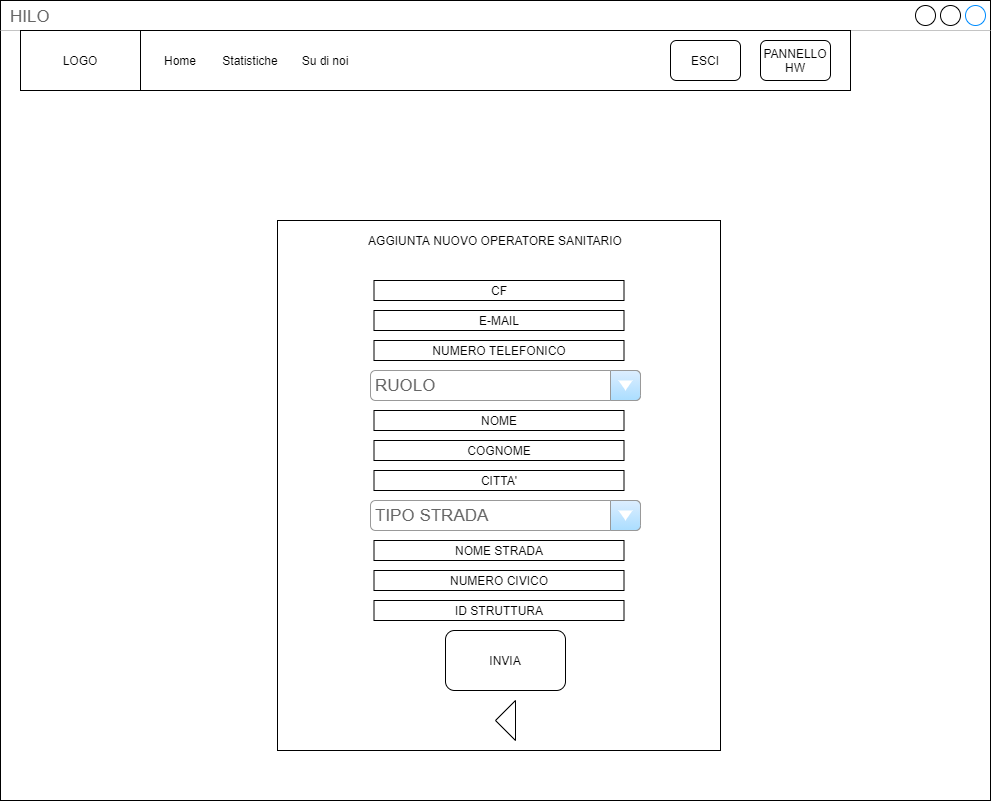
Earlier version of the draw.io export Diagrammi/Mock-ups/Mockup Inserimento Operatore Sanitario.png (lorycris99/Team-HILO). Source tidied: cells renumbered, new cells last; positions are measured from the earlier drawing's top-left corner, leaving out a move shared by most shapes. The source it was exported from:
```xml
<mxGraphModel>
  <root>
    <mxCell id="0" />
    <mxCell id="1" parent="0" />
    <mxCell id="2" value="HILO" style="strokeWidth=1;shadow=0;dashed=0;align=center;html=1;shape=mxgraph.mockup.containers.window;align=left;verticalAlign=top;spacingLeft=8;strokeColor2=#008cff;strokeColor3=#c4c4c4;fontColor=#666666;mainText=;fontSize=17;labelBackgroundColor=none;" parent="1" vertex="1">
      <mxGeometry width="990" height="800" as="geometry" />
    </mxCell>
    <mxCell id="3" style="rounded=0;whiteSpace=wrap;html=1;" parent="1" vertex="1">
      <mxGeometry x="20" y="30" width="830" height="60" as="geometry" />
    </mxCell>
    <mxCell id="4" value="LOGO" style="rounded=0;whiteSpace=wrap;html=1;" parent="1" vertex="1">
      <mxGeometry x="20" y="30" width="120" height="60" as="geometry" />
    </mxCell>
    <mxCell id="5" value="Home" style="text;html=1;strokeColor=none;fillColor=none;align=center;verticalAlign=middle;whiteSpace=wrap;rounded=0;" parent="1" vertex="1">
      <mxGeometry x="160" y="50" width="40" height="20" as="geometry" />
    </mxCell>
    <mxCell id="6" value="Statistiche" style="text;html=1;strokeColor=none;fillColor=none;align=center;verticalAlign=middle;whiteSpace=wrap;rounded=0;" parent="1" vertex="1">
      <mxGeometry x="230" y="50" width="40" height="20" as="geometry" />
    </mxCell>
    <mxCell id="7" value="Su di noi" style="text;html=1;strokeColor=none;fillColor=none;align=center;verticalAlign=middle;whiteSpace=wrap;rounded=0;" parent="1" vertex="1">
      <mxGeometry x="300" y="50" width="50" height="20" as="geometry" />
    </mxCell>
    <mxCell id="8" value="ESCI" style="rounded=1;whiteSpace=wrap;html=1;" parent="1" vertex="1">
      <mxGeometry x="670" y="40" width="70" height="40" as="geometry" />
    </mxCell>
    <mxCell id="9" style="rounded=0;whiteSpace=wrap;html=1;" parent="1" vertex="1">
      <mxGeometry x="277" y="220" width="443" height="530" as="geometry" />
    </mxCell>
    <mxCell id="10" value="PANNELLO HW" style="rounded=1;whiteSpace=wrap;html=1;" parent="1" vertex="1">
      <mxGeometry x="760" y="40" width="70" height="40" as="geometry" />
    </mxCell>
    <mxCell id="11" value="AGGIUNTA NUOVO OPERATORE SANITARIO" style="text;html=1;strokeColor=none;fillColor=none;align=center;verticalAlign=middle;whiteSpace=wrap;rounded=0;" parent="1" vertex="1">
      <mxGeometry x="350" y="230" width="290" height="20" as="geometry" />
    </mxCell>
    <mxCell id="12" value="CF" style="rounded=0;whiteSpace=wrap;html=1;" parent="1" vertex="1">
      <mxGeometry x="373.5" y="280" width="250" height="20" as="geometry" />
    </mxCell>
    <mxCell id="13" value="TIPO STRADA" style="strokeWidth=1;shadow=0;dashed=0;align=center;html=1;shape=mxgraph.mockup.forms.comboBox;strokeColor=#999999;fillColor=#ddeeff;align=left;fillColor2=#aaddff;mainText=;fontColor=#666666;fontSize=17;spacingLeft=3;" parent="1" vertex="1">
      <mxGeometry x="370" y="500" width="270" height="30" as="geometry" />
    </mxCell>
    <mxCell id="14" value="INVIA" style="rounded=1;whiteSpace=wrap;html=1;" parent="1" vertex="1">
      <mxGeometry x="445" y="630" width="120" height="60" as="geometry" />
    </mxCell>
    <mxCell id="15" style="triangle;whiteSpace=wrap;html=1;direction=west;" parent="1" vertex="1">
      <mxGeometry x="495" y="700" width="20" height="40" as="geometry" />
    </mxCell>
    <mxCell id="16" value="E-MAIL" style="rounded=0;whiteSpace=wrap;html=1;" parent="1" vertex="1">
      <mxGeometry x="373.5" y="310" width="250" height="20" as="geometry" />
    </mxCell>
    <mxCell id="17" value="NOME STRADA" style="rounded=0;whiteSpace=wrap;html=1;" parent="1" vertex="1">
      <mxGeometry x="373.5" y="540" width="250" height="20" as="geometry" />
    </mxCell>
    <mxCell id="18" value="RUOLO" style="strokeWidth=1;shadow=0;dashed=0;align=center;html=1;shape=mxgraph.mockup.forms.comboBox;strokeColor=#999999;fillColor=#ddeeff;align=left;fillColor2=#aaddff;mainText=;fontColor=#666666;fontSize=17;spacingLeft=3;" parent="1" vertex="1">
      <mxGeometry x="370" y="370" width="270" height="30" as="geometry" />
    </mxCell>
    <mxCell id="19" value="NUMERO CIVICO" style="rounded=0;whiteSpace=wrap;html=1;" parent="1" vertex="1">
      <mxGeometry x="373.5" y="570" width="250" height="20" as="geometry" />
    </mxCell>
    <mxCell id="20" value="NUMERO TELEFONICO" style="rounded=0;whiteSpace=wrap;html=1;" parent="1" vertex="1">
      <mxGeometry x="373.5" y="340" width="250" height="20" as="geometry" />
    </mxCell>
    <mxCell id="21" value="NOME" style="rounded=0;whiteSpace=wrap;html=1;" parent="1" vertex="1">
      <mxGeometry x="373.5" y="410" width="250" height="20" as="geometry" />
    </mxCell>
    <mxCell id="22" value="COGNOME" style="rounded=0;whiteSpace=wrap;html=1;" parent="1" vertex="1">
      <mxGeometry x="373.5" y="440" width="250" height="20" as="geometry" />
    </mxCell>
    <mxCell id="23" value="CITTA'" style="rounded=0;whiteSpace=wrap;html=1;" parent="1" vertex="1">
      <mxGeometry x="373.5" y="470" width="250" height="20" as="geometry" />
    </mxCell>
    <mxCell id="24" value="ID STRUTTURA" style="rounded=0;whiteSpace=wrap;html=1;" parent="1" vertex="1">
      <mxGeometry x="373.5" y="600" width="250" height="20" as="geometry" />
    </mxCell>
  </root>
</mxGraphModel>
```
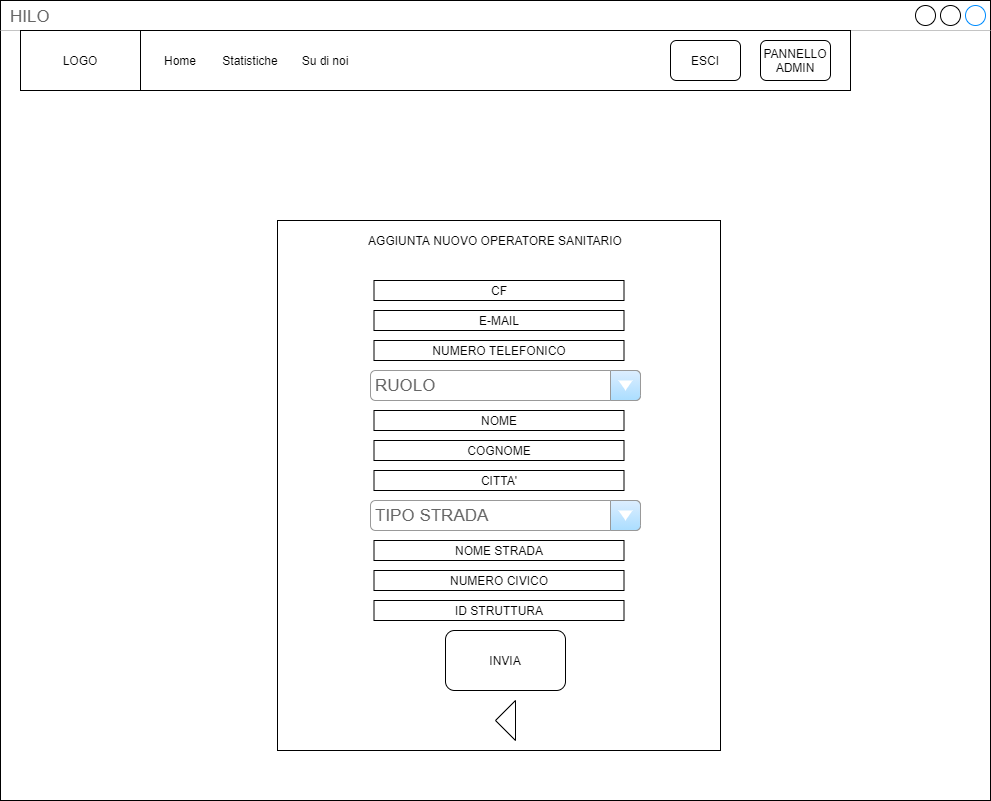
After the commit.

Change to the diagram source:
```diff
@@ -26,7 +26,7 @@
     <mxCell id="9" style="rounded=0;whiteSpace=wrap;html=1;" parent="1" vertex="1">
       <mxGeometry x="277" y="220" width="443" height="530" as="geometry" />
     </mxCell>
-    <mxCell id="10" value="PANNELLO HW" style="rounded=1;whiteSpace=wrap;html=1;" parent="1" vertex="1">
+    <mxCell id="10" value="PANNELLO ADMIN" style="rounded=1;whiteSpace=wrap;html=1;" parent="1" vertex="1">
       <mxGeometry x="760" y="40" width="70" height="40" as="geometry" />
     </mxCell>
     <mxCell id="11" value="AGGIUNTA NUOVO OPERATORE SANITARIO" style="text;html=1;strokeColor=none;fillColor=none;align=center;verticalAlign=middle;whiteSpace=wrap;rounded=0;" parent="1" vertex="1">
```
